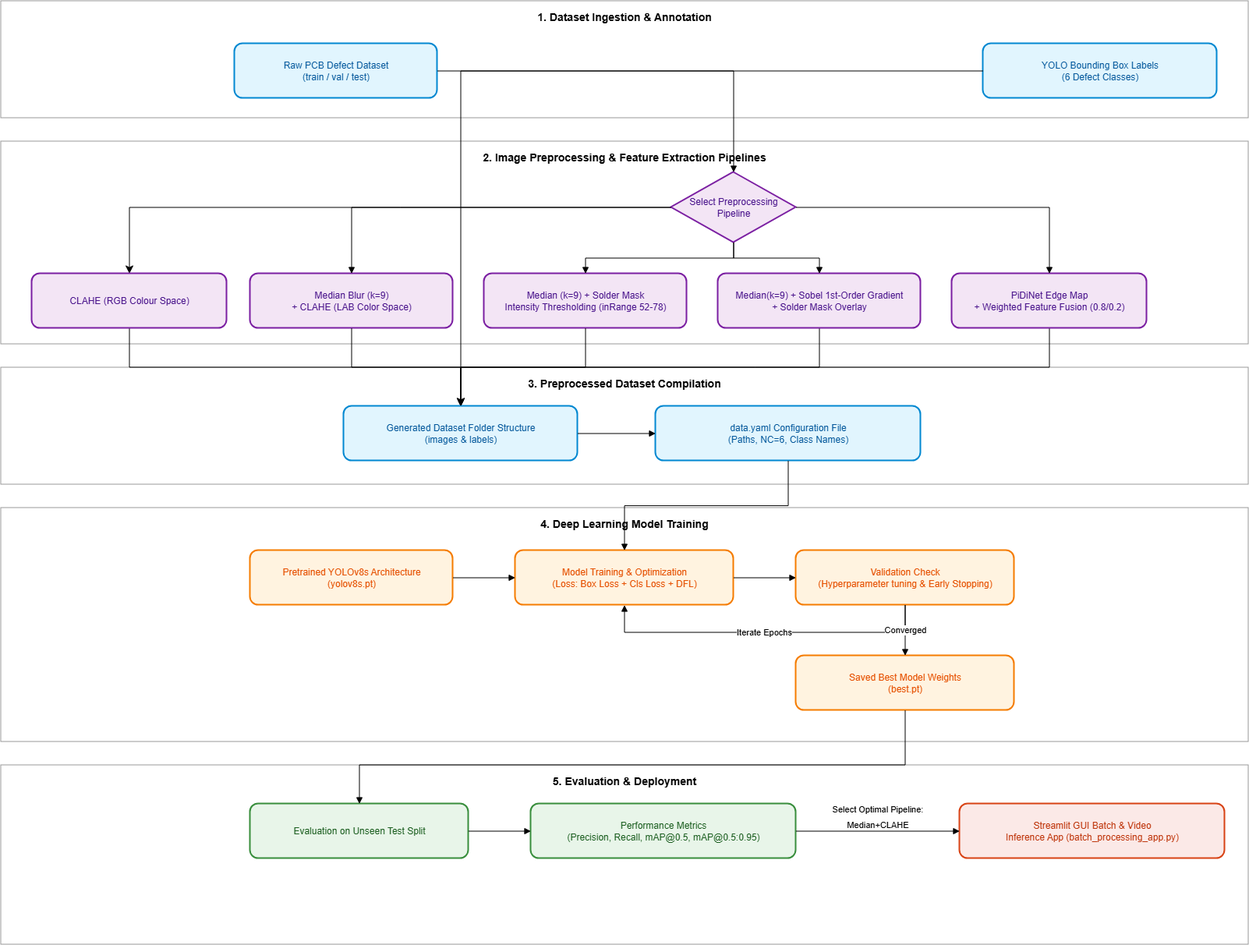
Earlier version of the draw.io export flowchart.png (khsheng/Y3S1_Image_Processing). Source tidied: cells renumbered, new cells last; positions are measured from the earlier drawing's top-left corner, leaving out a move shared by most shapes.
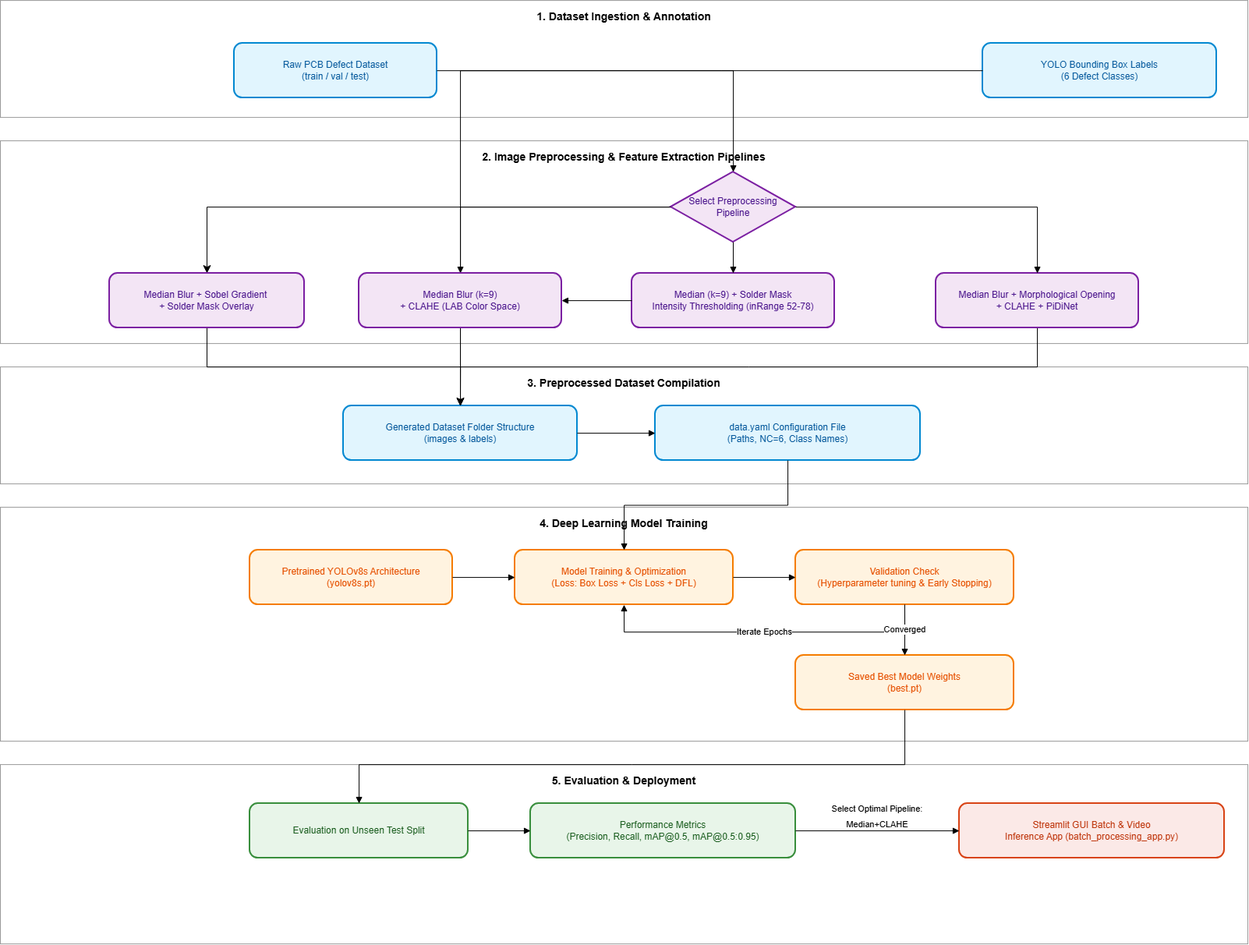
After the change.

Diff of the diagram source:
```diff
@@ -29,24 +29,15 @@
     <mxCell id="10" value="Select Preprocessing&#10;Pipeline" style="rhombus;whiteSpace=wrap;html=1;fillColor=#f3e5f5;strokeColor=#7b1fa2;strokeWidth=2;fontColor=#4a148c;" parent="1" vertex="1">
       <mxGeometry x="860" y="220" width="160" height="90" as="geometry" />
     </mxCell>
-    <mxCell id="11" value="Median Blur (k=9)&lt;br&gt;+ CLAHE (LAB Color Space)" style="rounded=1;whiteSpace=wrap;html=1;fillColor=#f3e5f5;strokeColor=#7b1fa2;strokeWidth=2;fontColor=#4a148c;" parent="1" vertex="1">
-      <mxGeometry x="320" y="350" width="260" height="70" as="geometry" />
-    </mxCell>
     <mxCell id="12" value="Median (k=9) + Solder Mask&lt;br&gt;Intensity Thresholding (inRange 52-78)" style="rounded=1;whiteSpace=wrap;html=1;fillColor=#f3e5f5;strokeColor=#7b1fa2;strokeWidth=2;fontColor=#4a148c;" parent="1" vertex="1">
-      <mxGeometry x="620" y="350" width="260" height="70" as="geometry" />
+      <mxGeometry x="810" y="350" width="260" height="70" as="geometry" />
     </mxCell>
     <mxCell id="13" style="edgeStyle=orthogonalEdgeStyle;rounded=0;jettySize=auto;html=1;exitX=0.5;exitY=1;exitDx=0;exitDy=0;entryX=0.5;entryY=0;entryDx=0;entryDy=0;fontSize=12;startSize=8;endSize=8;" parent="1" edge="1" source="14" target="17">
       <mxGeometry relative="1" as="geometry" />
     </mxCell>
-    <mxCell id="14" value="Median(k=9) + Sobel 1st-Order Gradient&lt;br&gt;+ Solder Mask Overlay" style="rounded=1;whiteSpace=wrap;html=1;fillColor=#f3e5f5;strokeColor=#7b1fa2;strokeWidth=2;fontColor=#4a148c;" parent="1" vertex="1">
-      <mxGeometry x="920" y="350" width="260" height="70" as="geometry" />
+    <mxCell id="14" value="&lt;div&gt;&amp;nbsp;Median Blur + Morphological Opening&amp;nbsp;&lt;/div&gt;&lt;div&gt;+ CLAHE + PiDiNet&lt;/div&gt;" style="rounded=1;whiteSpace=wrap;html=1;fillColor=#f3e5f5;strokeColor=#7b1fa2;strokeWidth=2;fontColor=#4a148c;" parent="1" vertex="1">
+      <mxGeometry x="1200" y="350" width="260" height="70" as="geometry" />
     </mxCell>
-    <mxCell id="15" style="edgeStyle=orthogonalEdgeStyle;rounded=0;jettySize=auto;html=1;exitX=0.5;exitY=1;exitDx=0;exitDy=0;entryX=0.5;entryY=0;entryDx=0;entryDy=0;fontSize=12;startSize=8;endSize=8;" parent="1" edge="1" source="16" target="17">
-      <mxGeometry relative="1" as="geometry" />
-    </mxCell>
-    <mxCell id="16" value="PiDiNet Edge Map&lt;br&gt;+ Weighted Feature Fusion (0.8/0.2)" style="rounded=1;whiteSpace=wrap;html=1;fillColor=#f3e5f5;strokeColor=#7b1fa2;strokeWidth=2;fontColor=#4a148c;" parent="1" vertex="1">
-      <mxGeometry x="1220" y="350" width="250" height="70" as="geometry" />
-    </mxCell>
     <mxCell id="17" value="Generated Dataset Folder Structure&#10;(images &amp; labels)" style="rounded=1;whiteSpace=wrap;html=1;fillColor=#e1f5fe;strokeColor=#0288d1;strokeWidth=2;fontColor=#01579b;" parent="1" vertex="1">
       <mxGeometry x="440" y="520" width="300" height="70" as="geometry" />
     </mxCell>
@@ -89,13 +80,10 @@
     <mxCell id="30" style="edgeStyle=orthogonalEdgeStyle;rounded=0;html=1;endArrow=block;" parent="1" edge="1" source="10" target="14">
       <mxGeometry relative="1" as="geometry" />
     </mxCell>
-    <mxCell id="31" style="edgeStyle=orthogonalEdgeStyle;rounded=0;html=1;endArrow=block;" parent="1" edge="1" source="10" target="16">
-      <mxGeometry relative="1" as="geometry" />
-    </mxCell>
     <mxCell id="32" style="edgeStyle=orthogonalEdgeStyle;rounded=0;html=1;endArrow=block;" parent="1" edge="1" source="11" target="17">
       <mxGeometry relative="1" as="geometry" />
     </mxCell>
-    <mxCell id="33" style="edgeStyle=orthogonalEdgeStyle;rounded=0;html=1;endArrow=block;" parent="1" edge="1" source="12" target="17">
+    <mxCell id="33" style="edgeStyle=orthogonalEdgeStyle;rounded=0;html=1;endArrow=block;" parent="1" edge="1" source="11" target="17">
       <mxGeometry relative="1" as="geometry" />
     </mxCell>
     <mxCell id="34" style="edgeStyle=orthogonalEdgeStyle;rounded=0;html=1;endArrow=block;" parent="1" edge="1" source="17" target="18">
@@ -141,8 +129,14 @@
     <mxCell id="44" style="edgeStyle=orthogonalEdgeStyle;rounded=0;jettySize=auto;html=1;exitX=0.5;exitY=1;exitDx=0;exitDy=0;entryX=0.5;entryY=0;entryDx=0;entryDy=0;fontSize=12;startSize=8;endSize=8;" parent="1" edge="1" source="45" target="17">
       <mxGeometry relative="1" as="geometry" />
     </mxCell>
-    <mxCell id="45" value="CLAHE (RGB Colour Space)" style="rounded=1;whiteSpace=wrap;html=1;fillColor=#f3e5f5;strokeColor=#7b1fa2;strokeWidth=2;fontColor=#4a148c;" parent="1" vertex="1">
-      <mxGeometry x="40" y="350" width="250" height="70" as="geometry" />
+    <mxCell id="45" value="&lt;div&gt;Median Blur + Sobel Gradient&amp;nbsp;&lt;/div&gt;&lt;div&gt;+ Solder Mask Overlay&lt;/div&gt;" style="rounded=1;whiteSpace=wrap;html=1;fillColor=#f3e5f5;strokeColor=#7b1fa2;strokeWidth=2;fontColor=#4a148c;" parent="1" vertex="1">
+      <mxGeometry x="140" y="350" width="250" height="70" as="geometry" />
     </mxCell>
+    <mxCell id="46" style="edgeStyle=orthogonalEdgeStyle;rounded=0;html=1;endArrow=block;" parent="1" edge="1" source="12" target="11">
+      <mxGeometry relative="1" as="geometry" />
+    </mxCell>
+    <mxCell id="11" value="Median Blur (k=9)&lt;br&gt;+ CLAHE (LAB Color Space)" style="rounded=1;whiteSpace=wrap;html=1;fillColor=#f3e5f5;strokeColor=#7b1fa2;strokeWidth=2;fontColor=#4a148c;" parent="1" vertex="1">
+      <mxGeometry x="460" y="350" width="260" height="70" as="geometry" />
+    </mxCell>
   </root>
 </mxGraphModel>
```
